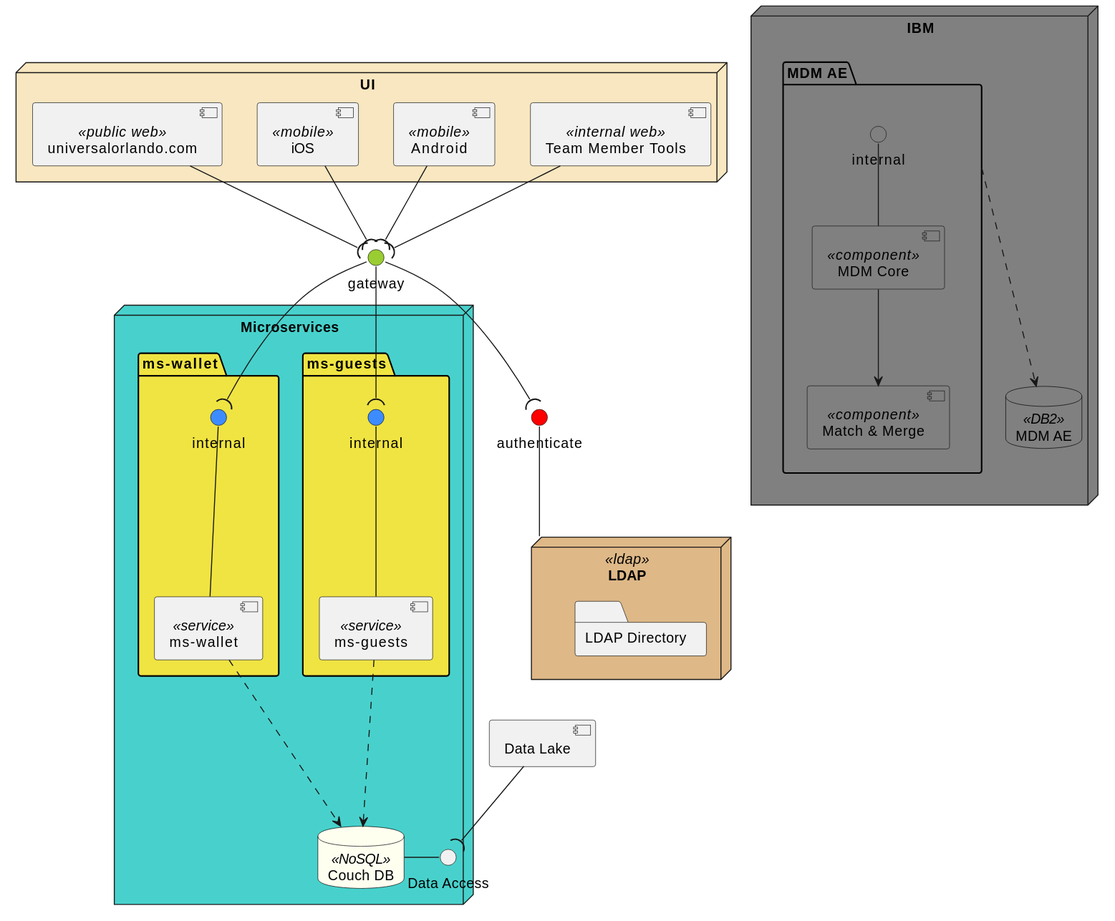
Above: dist/assets/diagrams/mdm-ae-retire.svg in kaaljabr/presentation (PlantUML), before the change.
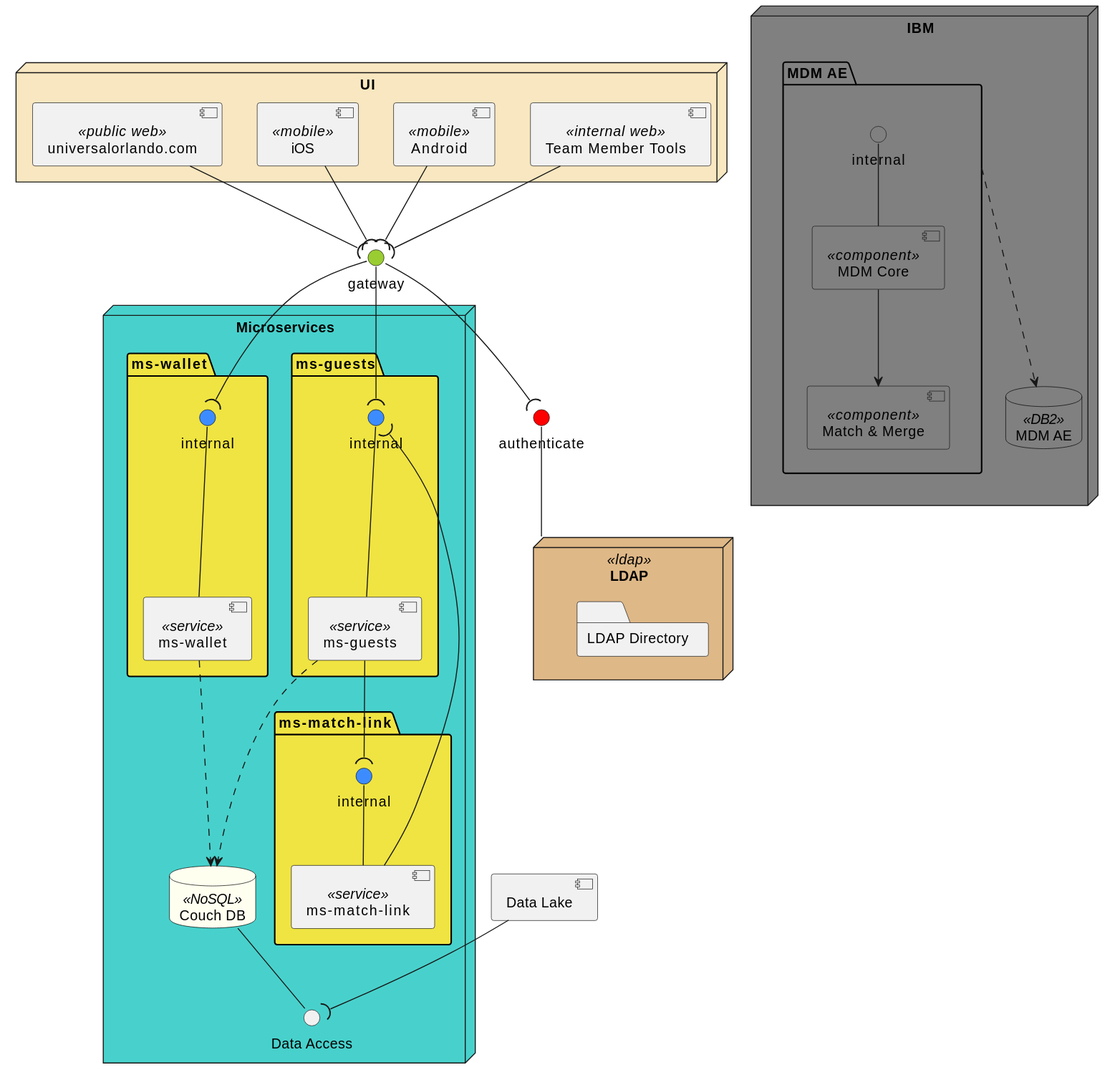
The same file after the commit.

Change to the diagram source:
```diff
@@ -37,9 +37,12 @@
         component "ms-wallet" as ms_wallet <<service>>
         wallet_internal -- ms_wallet
     }
-    database "Couch DB" as couch_db <<NoSQL>> {
-
+    package "ms-match-link" as match_link_package {
+        interface internal as match_link_internal #3D8CFF
+        component "ms-match-link" as ms_match_link <<service>>
+        match_link_internal -- ms_match_link
     }
+    database "Couch DB" as couch_db <<NoSQL>>
     interface "Data Access" as nosql_data_access
 }
 
@@ -60,8 +63,11 @@
 
 ms_guests --.> couch_db
 ms_wallet --.> couch_db
-couch_db -right- nosql_data_access
+couch_db -- nosql_data_access
 data_lake --( nosql_data_access
+
+ms_guests --( match_link_internal
+ms_match_link --( guests_internal
 
 android --( gateway
 ios --( gateway
```
